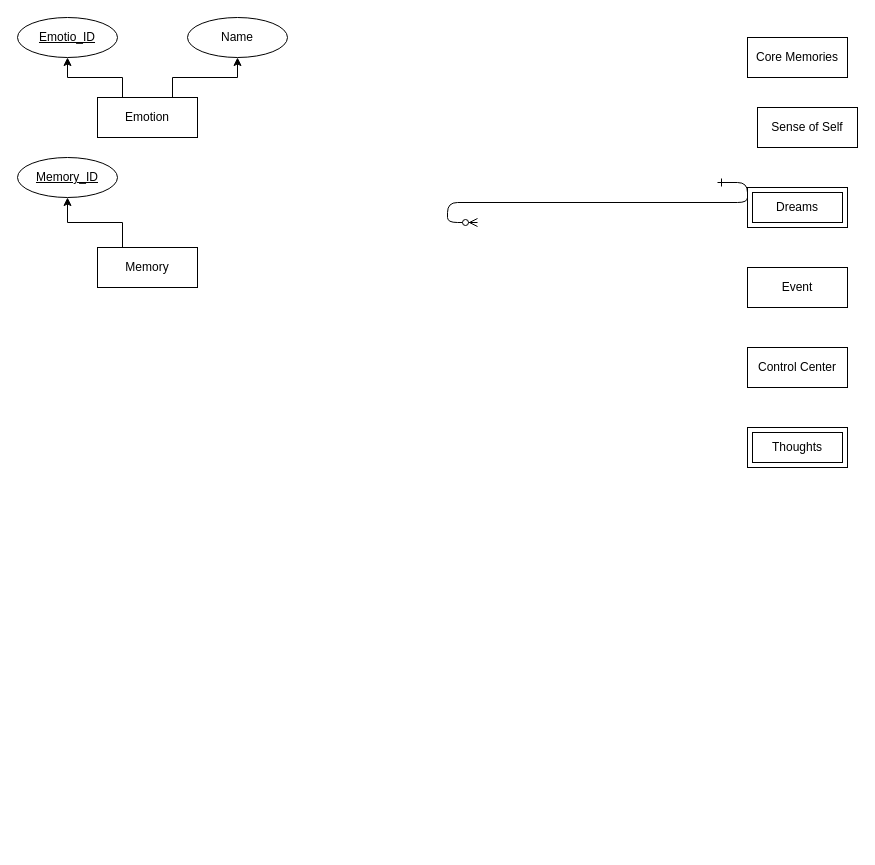
AnshAcharya/REPO_WITH_CLI keeps this draw.io diagram as Untitled Diagram.drawio. Above is the earlier version. Source tidied: cells renumbered, new cells numbered last; positions are measured from the earlier drawing's top-left corner, leaving out a move shared by most shapes. Both pictures are drawn from the tidied source at 100%, with x=0, y=0 at pixel (17, 17).
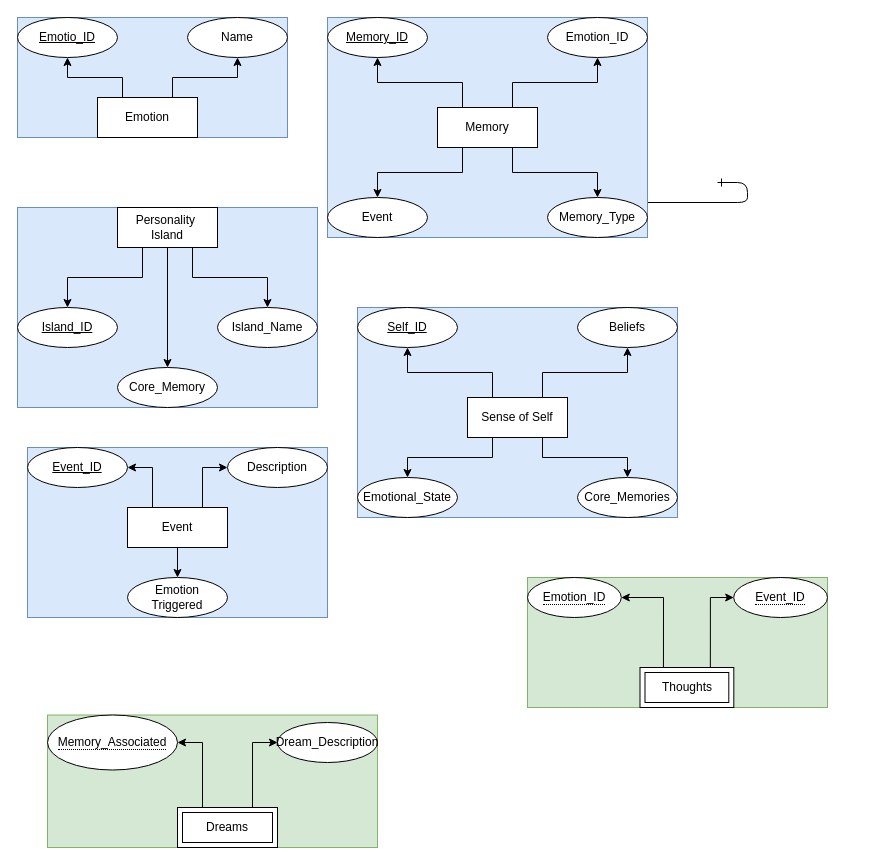
Above is the later version.

The edit, as a diff of the source:
```diff
@@
+    <mxCell id="17" style="group;fillColor=#dae8fc;strokeColor=#6c8ebf;" parent="1" vertex="1">
+      <mxGeometry x="340" y="290" width="320" height="210" as="geometry" />
+    </mxCell>
+    <mxCell id="18" style="edgeStyle=orthogonalEdgeStyle;rounded=0;jettySize=auto;html=1;exitX=0.25;exitY=0;exitDx=0;exitDy=0;entryX=0.5;entryY=1;entryDx=0;entryDy=0;" parent="17" edge="1" source="11" target="22">
+      <mxGeometry relative="1" as="geometry" />
+    </mxCell>
+    <mxCell id="19" style="edgeStyle=orthogonalEdgeStyle;rounded=0;jettySize=auto;html=1;exitX=0.75;exitY=0;exitDx=0;exitDy=0;entryX=0.5;entryY=1;entryDx=0;entryDy=0;" parent="17" edge="1" source="11" target="24">
+      <mxGeometry relative="1" as="geometry" />
+    </mxCell>
+    <mxCell id="20" style="edgeStyle=orthogonalEdgeStyle;rounded=0;jettySize=auto;html=1;exitX=0.75;exitY=1;exitDx=0;exitDy=0;entryX=0.5;entryY=0;entryDx=0;entryDy=0;" parent="17" edge="1" source="11" target="23">
+      <mxGeometry relative="1" as="geometry" />
+    </mxCell>
+    <mxCell id="21" style="edgeStyle=orthogonalEdgeStyle;rounded=0;jettySize=auto;html=1;exitX=0.25;exitY=1;exitDx=0;exitDy=0;entryX=0.5;entryY=0;entryDx=0;entryDy=0;" parent="17" edge="1" source="11" target="25">
+      <mxGeometry relative="1" as="geometry" />
+    </mxCell>
+    <mxCell id="11" value="Sense of Self" style="whiteSpace=wrap;html=1;align=center;" parent="17" vertex="1">
+      <mxGeometry x="110" y="90" width="100" height="40" as="geometry" />
+    </mxCell>
+    <mxCell id="22" value="Self_ID" style="ellipse;whiteSpace=wrap;html=1;align=center;fontStyle=4;" parent="17" vertex="1">
+      <mxGeometry width="100" height="40" as="geometry" />
+    </mxCell>
+    <mxCell id="23" value="Core_Memories" style="ellipse;whiteSpace=wrap;html=1;align=center;" parent="17" vertex="1">
+      <mxGeometry x="220" y="170" width="100" height="40" as="geometry" />
+    </mxCell>
+    <mxCell id="24" value="Beliefs" style="ellipse;whiteSpace=wrap;html=1;align=center;" parent="17" vertex="1">
+      <mxGeometry x="220" width="100" height="40" as="geometry" />
+    </mxCell>
+    <mxCell id="25" value="Emotional_State" style="ellipse;whiteSpace=wrap;html=1;align=center;" parent="17" vertex="1">
+      <mxGeometry y="170" width="100" height="40" as="geometry" />
+    </mxCell>
+    <mxCell id="26" style="group;fillColor=#dae8fc;strokeColor=#6c8ebf;" parent="1" vertex="1">
+      <mxGeometry x="10" y="430" width="300" height="170" as="geometry" />
+    </mxCell>
+    <mxCell id="27" style="edgeStyle=orthogonalEdgeStyle;rounded=0;jettySize=auto;html=1;exitX=0.25;exitY=0;exitDx=0;exitDy=0;entryX=1;entryY=0.5;entryDx=0;entryDy=0;" parent="26" edge="1" source="9" target="30">
+      <mxGeometry relative="1" as="geometry" />
+    </mxCell>
+    <mxCell id="28" style="edgeStyle=orthogonalEdgeStyle;rounded=0;jettySize=auto;html=1;exitX=0.75;exitY=0;exitDx=0;exitDy=0;entryX=0;entryY=0.5;entryDx=0;entryDy=0;" parent="26" edge="1" source="9" target="31">
+      <mxGeometry relative="1" as="geometry" />
+    </mxCell>
+    <mxCell id="29" style="edgeStyle=orthogonalEdgeStyle;rounded=0;jettySize=auto;html=1;exitX=0.5;exitY=1;exitDx=0;exitDy=0;entryX=0.5;entryY=0;entryDx=0;entryDy=0;" parent="26" edge="1" source="9" target="32">
+      <mxGeometry relative="1" as="geometry" />
+    </mxCell>
+    <mxCell id="9" value="Event" style="whiteSpace=wrap;html=1;align=center;" parent="26" vertex="1">
+      <mxGeometry x="100" y="60" width="100" height="40" as="geometry" />
+    </mxCell>
+    <mxCell id="30" value="Event_ID" style="ellipse;whiteSpace=wrap;html=1;align=center;fontStyle=4;" parent="26" vertex="1">
+      <mxGeometry width="100" height="40" as="geometry" />
+    </mxCell>
+    <mxCell id="31" value="Description" style="ellipse;whiteSpace=wrap;html=1;align=center;" parent="26" vertex="1">
+      <mxGeometry x="200" width="100" height="40" as="geometry" />
+    </mxCell>
+    <mxCell id="32" value="Emotion&lt;div&gt;Triggered&lt;/div&gt;" style="ellipse;whiteSpace=wrap;html=1;align=center;" parent="26" vertex="1">
+      <mxGeometry x="100" y="130" width="100" height="40" as="geometry" />
+    </mxCell>
+    <mxCell id="33" style="group;fillColor=#dae8fc;strokeColor=#6c8ebf;" parent="1" vertex="1">
+      <mxGeometry y="190" width="300" height="200" as="geometry" />
+    </mxCell>
+    <mxCell id="34" style="edgeStyle=orthogonalEdgeStyle;rounded=0;jettySize=auto;html=1;exitX=0.75;exitY=1;exitDx=0;exitDy=0;entryX=0.5;entryY=0;entryDx=0;entryDy=0;" parent="33" edge="1" source="8" target="37">
+      <mxGeometry relative="1" as="geometry" />
+    </mxCell>
+    <mxCell id="35" style="edgeStyle=orthogonalEdgeStyle;rounded=0;jettySize=auto;html=1;exitX=0.25;exitY=1;exitDx=0;exitDy=0;entryX=0.5;entryY=0;entryDx=0;entryDy=0;" parent="33" edge="1" source="8" target="38">
+      <mxGeometry relative="1" as="geometry" />
+    </mxCell>
+    <mxCell id="36" style="edgeStyle=orthogonalEdgeStyle;rounded=0;jettySize=auto;html=1;exitX=0.5;exitY=1;exitDx=0;exitDy=0;entryX=0.5;entryY=0;entryDx=0;entryDy=0;" parent="33" edge="1" source="8" target="39">
+      <mxGeometry relative="1" as="geometry" />
+    </mxCell>
+    <mxCell id="8" value="Personality&amp;nbsp;&lt;div&gt;Island&lt;/div&gt;" style="whiteSpace=wrap;html=1;align=center;" parent="33" vertex="1">
+      <mxGeometry x="100" width="100" height="40" as="geometry" />
+    </mxCell>
+    <mxCell id="37" value="Island_Name" style="ellipse;whiteSpace=wrap;html=1;align=center;" parent="33" vertex="1">
+      <mxGeometry x="200" y="100" width="100" height="40" as="geometry" />
+    </mxCell>
+    <mxCell id="38" value="Island_ID" style="ellipse;whiteSpace=wrap;html=1;align=center;fontStyle=4;" parent="33" vertex="1">
+      <mxGeometry y="100" width="100" height="40" as="geometry" />
+    </mxCell>
+    <mxCell id="39" value="Core_Memory" style="ellipse;whiteSpace=wrap;html=1;align=center;" parent="33" vertex="1">
+      <mxGeometry x="100" y="160" width="100" height="40" as="geometry" />
+    </mxCell>
+    <mxCell id="40" style="group;fillColor=#dae8fc;strokeColor=#6c8ebf;" parent="1" vertex="1">
+      <mxGeometry x="310" width="320" height="220" as="geometry" />
+    </mxCell>
+    <mxCell id="6" style="edgeStyle=orthogonalEdgeStyle;rounded=0;jettySize=auto;html=1;exitX=0.25;exitY=0;exitDx=0;exitDy=0;exitPerimeter=0;entryX=0.5;entryY=1;entryDx=0;entryDy=0;" parent="40" edge="1" source="7" target="16">
+      <mxGeometry relative="1" as="geometry" />
+    </mxCell>
+    <mxCell id="41" style="edgeStyle=orthogonalEdgeStyle;rounded=0;jettySize=auto;html=1;exitX=0.25;exitY=1;exitDx=0;exitDy=0;exitPerimeter=0;entryX=0.5;entryY=0;entryDx=0;entryDy=0;" parent="40" edge="1" source="7" target="44">
+      <mxGeometry relative="1" as="geometry" />
+    </mxCell>
+    <mxCell id="42" style="edgeStyle=orthogonalEdgeStyle;rounded=0;jettySize=auto;html=1;exitX=0.75;exitY=0;exitDx=0;exitDy=0;exitPerimeter=0;entryX=0.5;entryY=1;entryDx=0;entryDy=0;" parent="40" edge="1" source="7" target="45">
+      <mxGeometry relative="1" as="geometry" />
+    </mxCell>
+    <mxCell id="43" style="edgeStyle=orthogonalEdgeStyle;rounded=0;jettySize=auto;html=1;exitX=0.75;exitY=1;exitDx=0;exitDy=0;exitPerimeter=0;entryX=0.5;entryY=0;entryDx=0;entryDy=0;" parent="40" edge="1" source="7" target="46">
+      <mxGeometry relative="1" as="geometry" />
+    </mxCell>
+    <mxCell id="7" value="Memory" style="whiteSpace=wrap;html=1;align=center;points=[[0,0,0,0,0],[0,0.25,0,0,0],[0,0.5,0,0,0],[0,0.75,0,0,0],[0,1,0,0,0],[0.25,0,0,0,0],[0.25,1,0,0,0],[0.5,0,0,0,0],[0.5,1,0,0,0],[0.75,0,0,0,0],[0.75,1,0,0,0],[1,0,0,0,0],[1,0.25,0,0,0],[1,0.5,0,0,0],[1,0.75,0,0,0],[1,1,0,0,0]];" parent="40" vertex="1">
+      <mxGeometry x="110" y="90" width="100" height="40" as="geometry" />
+    </mxCell>
+    <mxCell id="16" value="Memory_ID" style="ellipse;whiteSpace=wrap;html=1;align=center;fontStyle=4;" parent="40" vertex="1">
+      <mxGeometry width="100" height="40" as="geometry" />
+    </mxCell>
+    <mxCell id="44" value="Event" style="ellipse;whiteSpace=wrap;html=1;align=center;" parent="40" vertex="1">
+      <mxGeometry y="180" width="100" height="40" as="geometry" />
+    </mxCell>
+    <mxCell id="45" value="Emotion_ID" style="ellipse;whiteSpace=wrap;html=1;align=center;" parent="40" vertex="1">
+      <mxGeometry x="220" width="100" height="40" as="geometry" />
+    </mxCell>
+    <mxCell id="46" value="Memory_Type" style="ellipse;whiteSpace=wrap;html=1;align=center;" parent="40" vertex="1">
+      <mxGeometry x="220" y="180" width="100" height="40" as="geometry" />
+    </mxCell>
+    <mxCell id="47" style="group;fillColor=#dae8fc;strokeColor=#6c8ebf;" parent="1" vertex="1">
+      <mxGeometry width="270" height="120" as="geometry" />
+    </mxCell>
-    <mxCell id="3" style="edgeStyle=orthogonalEdgeStyle;rounded=0;jettySize=auto;html=1;exitX=0.75;exitY=0;exitDx=0;exitDy=0;" parent="1" edge="1" source="5" target="14">
+    <mxCell id="3" style="edgeStyle=orthogonalEdgeStyle;rounded=0;jettySize=auto;html=1;exitX=0.75;exitY=0;exitDx=0;exitDy=0;" parent="47" edge="1" source="5" target="14">
       <mxGeometry relative="1" as="geometry" />
     </mxCell>
-    <mxCell id="4" style="edgeStyle=orthogonalEdgeStyle;rounded=0;jettySize=auto;html=1;exitX=0.25;exitY=0;exitDx=0;exitDy=0;entryX=0.5;entryY=1;entryDx=0;entryDy=0;" parent="1" edge="1" source="5" target="15">
+    <mxCell id="4" style="edgeStyle=orthogonalEdgeStyle;rounded=0;jettySize=auto;html=1;exitX=0.25;exitY=0;exitDx=0;exitDy=0;entryX=0.5;entryY=1;entryDx=0;entryDy=0;" parent="47" edge="1" source="5" target="15">
       <mxGeometry relative="1" as="geometry" />
     </mxCell>
-    <mxCell id="5" value="Emotion" style="whiteSpace=wrap;html=1;align=center;" parent="1" vertex="1">
+    <mxCell id="5" value="Emotion" style="whiteSpace=wrap;html=1;align=center;" parent="47" vertex="1">
       <mxGeometry x="80" y="80" width="100" height="40" as="geometry" />
     </mxCell>
-    <mxCell id="6" style="edgeStyle=orthogonalEdgeStyle;rounded=0;jettySize=auto;html=1;exitX=0.25;exitY=0;exitDx=0;exitDy=0;exitPerimeter=0;entryX=0.5;entryY=1;entryDx=0;entryDy=0;" parent="1" edge="1" source="7" target="16">
-      <mxGeometry relative="1" as="geometry" />
-    </mxCell>
-    <mxCell id="7" value="Memory" style="whiteSpace=wrap;html=1;align=center;points=[[0,0,0,0,0],[0,0.25,0,0,0],[0,0.5,0,0,0],[0,0.75,0,0,0],[0,1,0,0,0],[0.25,0,0,0,0],[0.25,1,0,0,0],[0.5,0,0,0,0],[0.5,1,0,0,0],[0.75,0,0,0,0],[0.75,1,0,0,0],[1,0,0,0,0],[1,0.25,0,0,0],[1,0.5,0,0,0],[1,0.75,0,0,0],[1,1,0,0,0]];" parent="1" vertex="1">
-      <mxGeometry x="80" y="230" width="100" height="40" as="geometry" />
-    </mxCell>
-    <mxCell id="8" value="Core Memories" style="whiteSpace=wrap;html=1;align=center;" parent="1" vertex="1">
-      <mxGeometry x="730" y="20" width="100" height="40" as="geometry" />
-    </mxCell>
-    <mxCell id="9" value="Event" style="whiteSpace=wrap;html=1;align=center;" parent="1" vertex="1">
-      <mxGeometry x="730" y="250" width="100" height="40" as="geometry" />
-    </mxCell>
-    <mxCell id="10" value="Control Center" style="whiteSpace=wrap;html=1;align=center;" parent="1" vertex="1">
-      <mxGeometry x="730" y="330" width="100" height="40" as="geometry" />
-    </mxCell>
-    <mxCell id="11" value="Sense of Self" style="whiteSpace=wrap;html=1;align=center;" parent="1" vertex="1">
-      <mxGeometry x="740" y="90" width="100" height="40" as="geometry" />
-    </mxCell>
-    <mxCell id="12" value="Thoughts" style="shape=ext;margin=3;double=1;whiteSpace=wrap;html=1;align=center;" parent="1" vertex="1">
-      <mxGeometry x="730" y="410" width="100" height="40" as="geometry" />
-    </mxCell>
-    <mxCell id="13" value="Dreams" style="shape=ext;margin=3;double=1;whiteSpace=wrap;html=1;align=center;" parent="1" vertex="1">
-      <mxGeometry x="730" y="170" width="100" height="40" as="geometry" />
-    </mxCell>
-    <mxCell id="14" value="Name" style="ellipse;whiteSpace=wrap;html=1;align=center;" parent="1" vertex="1">
+    <mxCell id="14" value="Name" style="ellipse;whiteSpace=wrap;html=1;align=center;" parent="47" vertex="1">
       <mxGeometry x="170" width="100" height="40" as="geometry" />
     </mxCell>
-    <mxCell id="15" value="Emotio_ID" style="ellipse;whiteSpace=wrap;html=1;align=center;fontStyle=4;" parent="1" vertex="1">
+    <mxCell id="15" value="Emotio_ID" style="ellipse;whiteSpace=wrap;html=1;align=center;fontStyle=4;" parent="47" vertex="1">
       <mxGeometry width="100" height="40" as="geometry" />
     </mxCell>
-    <mxCell id="16" value="Memory_ID" style="ellipse;whiteSpace=wrap;html=1;align=center;fontStyle=4;" parent="1" vertex="1">
-      <mxGeometry y="140" width="100" height="40" as="geometry" />
-    </mxCell>
+    <mxCell id="48" style="group;fillColor=#d5e8d4;strokeColor=#82b366;" parent="1" vertex="1">
+      <mxGeometry x="30" y="697.5" width="330" height="132.5" as="geometry" />
+    </mxCell>
+    <mxCell id="49" style="edgeStyle=orthogonalEdgeStyle;rounded=0;jettySize=auto;html=1;exitX=0.75;exitY=0;exitDx=0;exitDy=0;entryX=0;entryY=0.5;entryDx=0;entryDy=0;" parent="48" edge="1" source="13" target="51">
+      <mxGeometry relative="1" as="geometry" />
+    </mxCell>
+    <mxCell id="50" style="edgeStyle=orthogonalEdgeStyle;rounded=0;jettySize=auto;html=1;exitX=0.25;exitY=0;exitDx=0;exitDy=0;entryX=1;entryY=0.5;entryDx=0;entryDy=0;" parent="48" edge="1" source="13" target="52">
+      <mxGeometry relative="1" as="geometry" />
+    </mxCell>
+    <mxCell id="13" value="Dreams" style="shape=ext;margin=3;double=1;whiteSpace=wrap;html=1;align=center;" parent="48" vertex="1">
+      <mxGeometry x="130" y="92.5" width="100" height="40" as="geometry" />
+    </mxCell>
+    <mxCell id="51" value="Dream_Description" style="ellipse;whiteSpace=wrap;html=1;align=center;" parent="48" vertex="1">
+      <mxGeometry x="230" y="7.5" width="100" height="40" as="geometry" />
+    </mxCell>
+    <mxCell id="52" value="&lt;span style=&quot;border-bottom: 1px dotted&quot;&gt;Memory_Associated&lt;/span&gt;" style="ellipse;whiteSpace=wrap;html=1;align=center;" parent="48" vertex="1">
+      <mxGeometry width="130" height="55" as="geometry" />
+    </mxCell>
+    <mxCell id="53" style="group;fillColor=#d5e8d4;strokeColor=#82b366;" parent="1" vertex="1">
+      <mxGeometry x="510" y="560" width="300" height="130" as="geometry" />
+    </mxCell>
+    <mxCell id="54" style="edgeStyle=orthogonalEdgeStyle;rounded=0;jettySize=auto;html=1;exitX=0.25;exitY=0;exitDx=0;exitDy=0;entryX=1;entryY=0.5;entryDx=0;entryDy=0;" parent="53" edge="1" source="12" target="56">
+      <mxGeometry relative="1" as="geometry" />
+    </mxCell>
+    <mxCell id="55" style="edgeStyle=orthogonalEdgeStyle;rounded=0;jettySize=auto;html=1;exitX=0.75;exitY=0;exitDx=0;exitDy=0;entryX=0;entryY=0.5;entryDx=0;entryDy=0;" parent="53" edge="1" source="12" target="57">
+      <mxGeometry relative="1" as="geometry" />
+    </mxCell>
+    <mxCell id="12" value="Thoughts" style="shape=ext;margin=3;double=1;whiteSpace=wrap;html=1;align=center;" parent="53" vertex="1">
+      <mxGeometry x="112.5" y="90" width="93.8" height="40" as="geometry" />
+    </mxCell>
+    <mxCell id="56" value="&lt;span style=&quot;border-bottom: 1px dotted&quot;&gt;Emotion_ID&lt;/span&gt;" style="ellipse;whiteSpace=wrap;html=1;align=center;" parent="53" vertex="1">
+      <mxGeometry width="93.8" height="40" as="geometry" />
+    </mxCell>
+    <mxCell id="57" value="&lt;span style=&quot;border-bottom: 1px dotted&quot;&gt;Event_ID&lt;/span&gt;" style="ellipse;whiteSpace=wrap;html=1;align=center;" parent="53" vertex="1">
+      <mxGeometry x="206.2" width="93.8" height="40" as="geometry" />
+    </mxCell>
```
